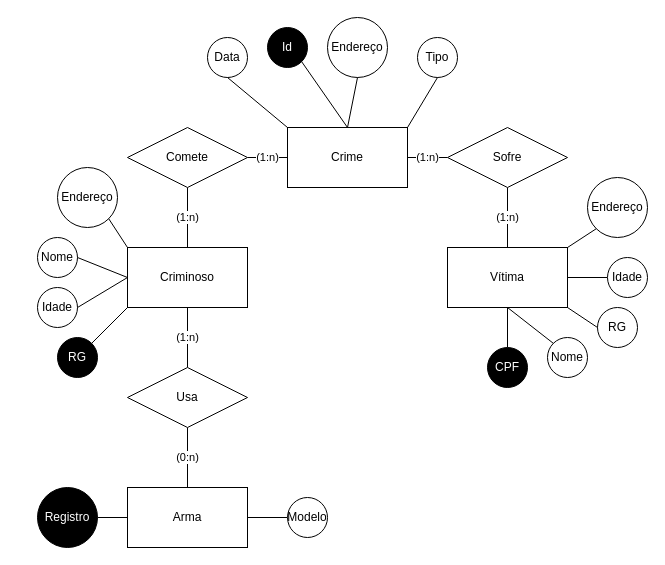
Before: Untitled Diagram.drawio in JuanIWK3/diagrams, a draw.io diagram. Source tidied: cells renumbered, new cells numbered last; positions are measured from the earlier drawing's top-left corner, leaving out a move shared by most shapes. Both pictures are drawn from the tidied source at 100%, with x=0, y=0 at pixel (37, 17).
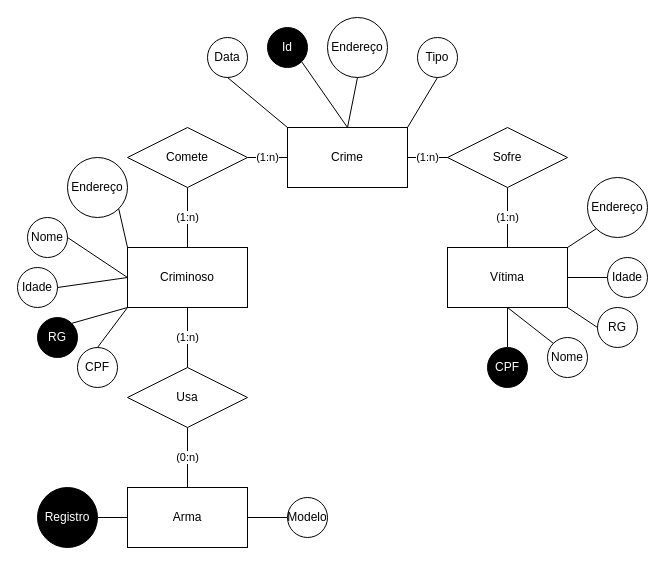
Above is the later version.

Change to the diagram source:
```diff
@@
     <mxCell id="29" value="Nome" style="ellipse;whiteSpace=wrap;html=1;fillColor=#FFFFFF;fontColor=#000000;" parent="1" vertex="1">
-      <mxGeometry y="220" width="40" height="40" as="geometry" />
+      <mxGeometry x="-10" y="200" width="40" height="40" as="geometry" />
     </mxCell>
     <mxCell id="30" value="Endereço" style="ellipse;whiteSpace=wrap;html=1;fillColor=#FFFFFF;fontColor=#000000;" parent="1" vertex="1">
-      <mxGeometry x="20" y="150" width="60" height="60" as="geometry" />
+      <mxGeometry x="30" y="140" width="60" height="60" as="geometry" />
     </mxCell>
@@
     <mxCell id="32" value="Idade" style="ellipse;whiteSpace=wrap;html=1;fillColor=#FFFFFF;fontColor=#000000;" parent="1" vertex="1">
-      <mxGeometry y="270" width="40" height="40" as="geometry" />
+      <mxGeometry x="-20" y="250" width="40" height="40" as="geometry" />
     </mxCell>
@@
     <mxCell id="35" value="RG" style="ellipse;whiteSpace=wrap;html=1;fillColor=#000000;fontColor=#FFFFFF;" parent="1" vertex="1">
-      <mxGeometry x="20" y="320" width="40" height="40" as="geometry" />
+      <mxGeometry y="300" width="40" height="40" as="geometry" />
     </mxCell>
@@
+    <mxCell id="45" value="CPF" style="ellipse;whiteSpace=wrap;html=1;fillColor=#FFFFFF;fontColor=#000000;" parent="1" vertex="1">
+      <mxGeometry x="40" y="330" width="40" height="40" as="geometry" />
+    </mxCell>
+    <mxCell id="46" style="endArrow=none;html=1;rounded=0;exitX=0.5;exitY=0;exitDx=0;exitDy=0;" parent="1" edge="1" source="45">
+      <mxGeometry relative="1" as="geometry">
+        <mxPoint x="90" y="290" as="targetPoint" />
+      </mxGeometry>
+    </mxCell>
```
